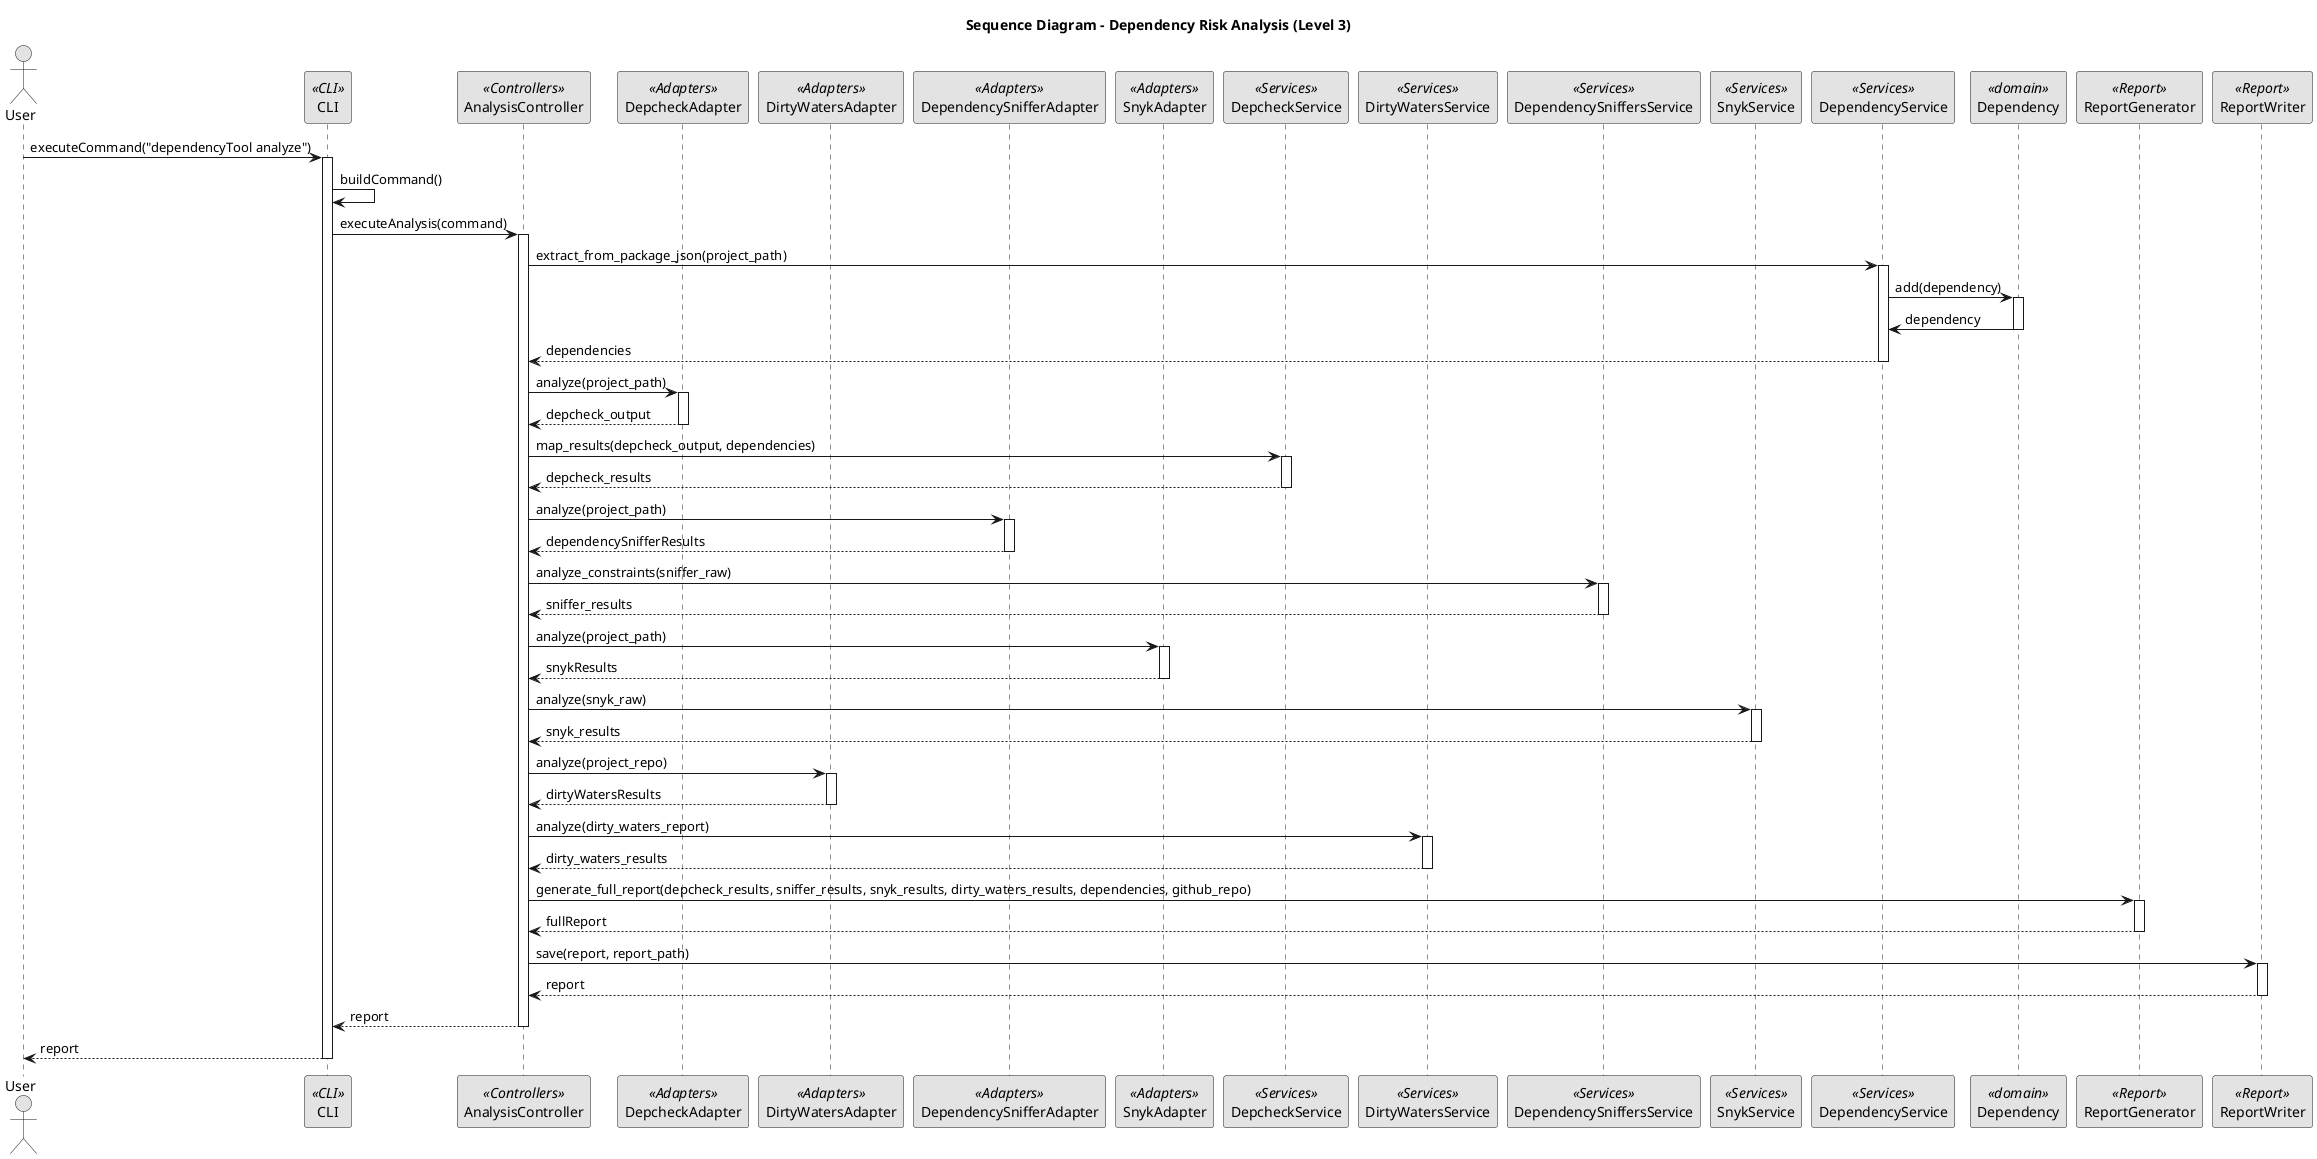
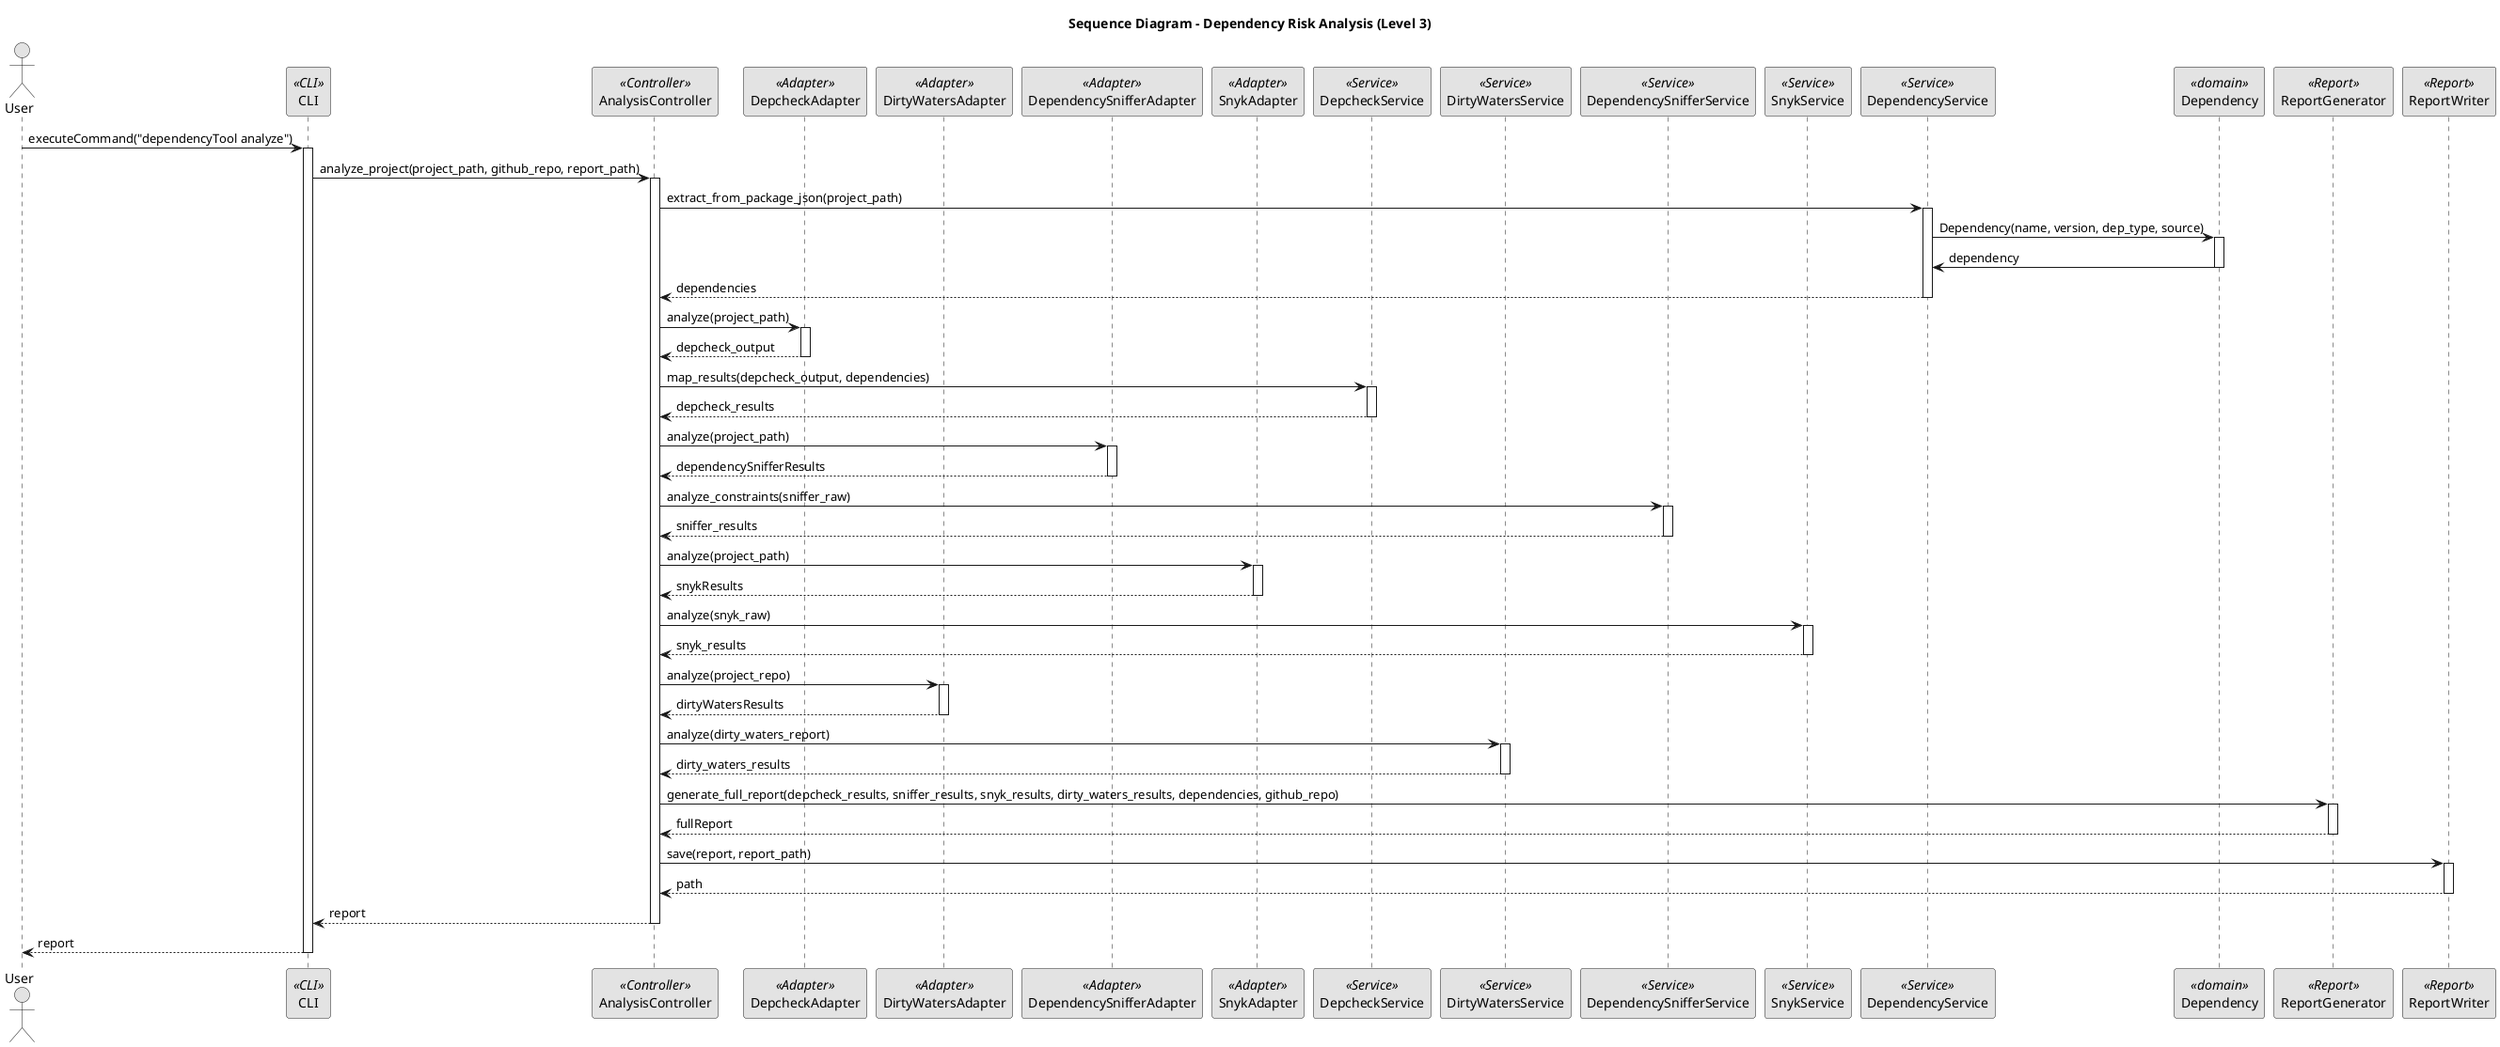
@startuml

title Sequence Diagram - Dependency Risk Analysis (Level 3)
skinparam monochrome true
skinparam shadowing false

actor User
participant "CLI" as CLI <<CLI>>
- participant "AnalysisController" as CTRL <<Controllers>>
- participant "DepcheckAdapter" as DEP <<Adapters>>
- participant "DirtyWatersAdapter" as DW <<Adapters>>
- participant "DependencySnifferAdapter" as DS <<Adapters>>
- participant "SnykAdapter" as SS <<Adapters>>
+ participant "AnalysisController" as CTRL <<Controller>>
+ participant "DepcheckAdapter" as DEP <<Adapter>>
+ participant "DirtyWatersAdapter" as DW <<Adapter>>
+ participant "DependencySnifferAdapter" as DS <<Adapter>>
+ participant "SnykAdapter" as SS <<Adapter>>

- participant "DepcheckService" as SD <<Services>>
- participant "DirtyWatersService" as SDW <<Services>>
- participant "DependencySniffersService" as SDS <<Services>>
- participant "SnykService" as SSS <<Services>>
+ participant "DepcheckService" as SD <<Service>>
+ participant "DirtyWatersService" as SDW <<Service>>
+ participant "DependencySnifferService" as SDS <<Service>>
+ participant "SnykService" as SSS <<Service>>

- participant "DependencyService" as DepSer <<Services>>
+ participant "DependencyService" as DepSer <<Service>>

participant "Dependency" as DEPDOM <<domain>>

participant "ReportGenerator" as Report <<Report>>
participant "ReportWriter" as ReportW <<Report>>

User -> CLI : executeCommand("dependencyTool analyze")
activate CLI

- CLI -> CLI : buildCommand()
- CLI -> CTRL : executeAnalysis(command)
+ CLI -> CTRL : analyze_project(project_path, github_repo, report_path)
activate CTRL

CTRL -> DepSer : extract_from_package_json(project_path)
activate DepSer

- DepSer -> DEPDOM : add(dependency)
+ DepSer -> DEPDOM : Dependency(name, version, dep_type, source)
    activate DEPDOM

DEPDOM -> DepSer : dependency
    deactivate DEPDOM

DepSer --> CTRL: dependencies
deactivate DepSer

CTRL -> DEP : analyze(project_path)
activate DEP
DEP --> CTRL : depcheck_output
deactivate DEP

CTRL -> SD : map_results(depcheck_output, dependencies)
activate SD
SD --> CTRL : depcheck_results
deactivate SD

CTRL -> DS : analyze(project_path)
activate DS
DS --> CTRL : dependencySnifferResults
deactivate DS

CTRL -> SDS : analyze_constraints(sniffer_raw)
activate SDS
SDS --> CTRL : sniffer_results
deactivate SDS


CTRL -> SS : analyze(project_path)
activate SS

SS --> CTRL : snykResults
deactivate SS

CTRL -> SSS : analyze(snyk_raw)
activate SSS
SSS --> CTRL : snyk_results
deactivate SSS

CTRL -> DW : analyze(project_repo)
activate DW
DW --> CTRL : dirtyWatersResults
deactivate DW

CTRL -> SDW : analyze(dirty_waters_report)
activate SDW
SDW --> CTRL : dirty_waters_results
deactivate SDW


CTRL -> Report : generate_full_report(depcheck_results, sniffer_results, snyk_results, dirty_waters_results, dependencies, github_repo)
activate Report

Report --> CTRL : fullReport
deactivate Report

CTRL -> ReportW : save(report, report_path)
activate ReportW

- ReportW --> CTRL : report
+ ReportW --> CTRL : path
deactivate ReportW

CTRL --> CLI : report
deactivate CTRL

CLI --> User : report
deactivate CLI

@enduml